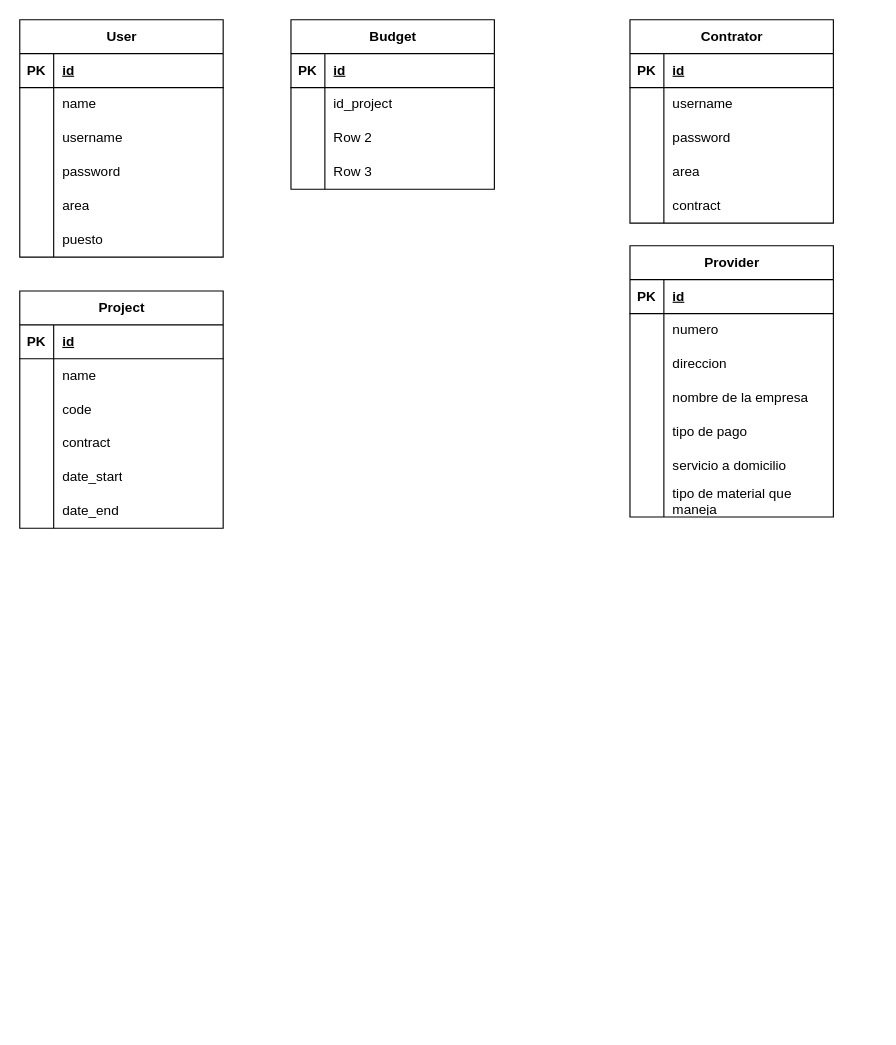
Before: A4.drawio in Fabriciond/back-end, a draw.io diagram. Source tidied: cells renumbered, new cells numbered last; positions are measured from the earlier drawing's top-left corner, leaving out a move shared by most shapes. Both pictures are drawn from the tidied source at 113%, with x=0, y=0 at pixel (19, 19).
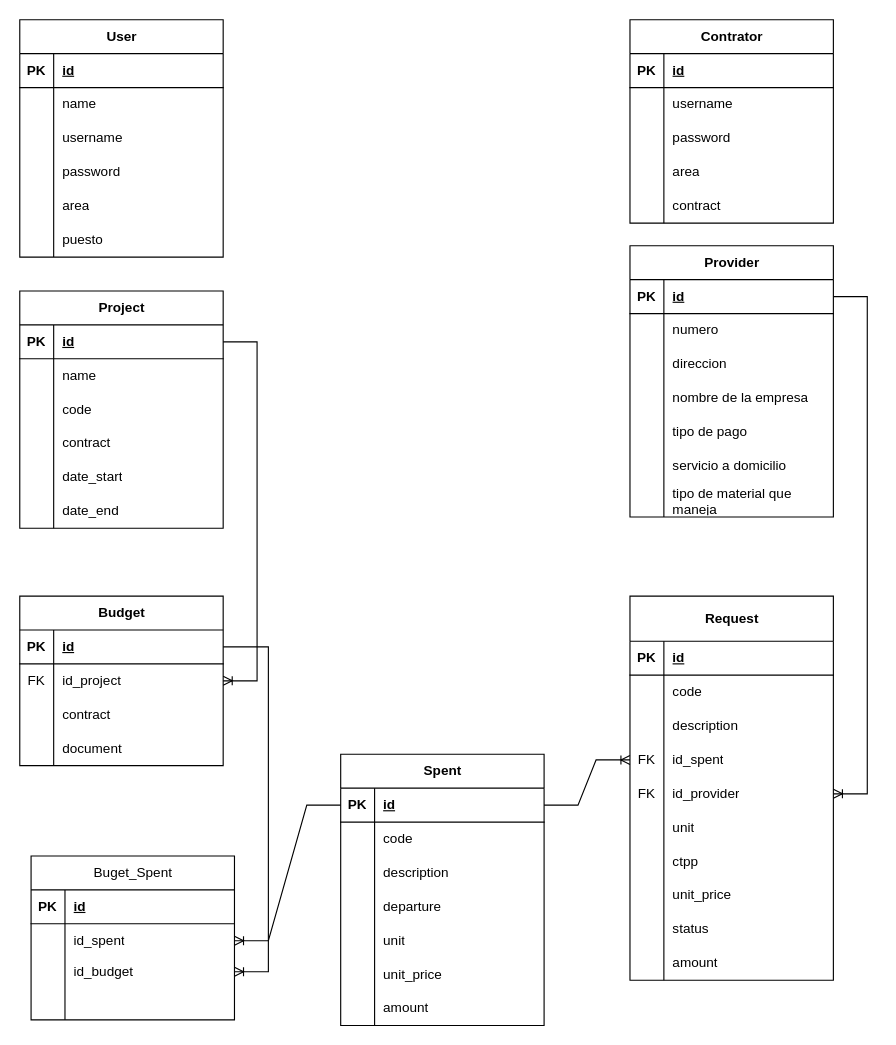
The same diagram, later.

Unchanged cells that the change refers to:
```xml
<mxCell id="38" style="shape=tableRow;horizontal=0;startSize=0;swimlaneHead=0;swimlaneBody=0;fillColor=none;points=[[0,0.5],[1,0.5]];portConstraint=eastwest;top=0;left=0;right=0;bottom=1;" parent="37" vertex="1">
  <mxGeometry y="30" width="180" height="30" as="geometry" />
</mxCell>
<mxCell id="57" style="shape=tableRow;horizontal=0;startSize=0;swimlaneHead=0;swimlaneBody=0;fillColor=none;points=[[0,0.5],[1,0.5]];portConstraint=eastwest;top=0;left=0;right=0;bottom=1;" parent="56" vertex="1">
  <mxGeometry y="30" width="180" height="30" as="geometry" />
</mxCell>
<mxCell id="79" style="shape=tableRow;horizontal=0;startSize=0;swimlaneHead=0;swimlaneBody=0;fillColor=none;points=[[0,0.5],[1,0.5]];portConstraint=eastwest;top=0;left=0;right=0;bottom=1;" parent="78" vertex="1">
  <mxGeometry y="30" width="180" height="30" as="geometry" />
</mxCell>
```

What changed in the source:
```diff
@@
-    <mxCell id="78" value="Budget" style="shape=table;startSize=30;childLayout=tableLayout;rowLines=0;fontStyle=1;align=center;html=1;" parent="1" vertex="1">
-      <mxGeometry x="240" width="180" height="150" as="geometry" />
+    <mxCell id="78" value="Spent" style="shape=table;startSize=30;childLayout=tableLayout;rowLines=0;fontStyle=1;align=center;html=1;" parent="1" vertex="1">
+      <mxGeometry x="284" y="650" width="180" height="240" as="geometry" />
     </mxCell>
@@
-    <mxCell id="82" style="shape=tableRow;horizontal=0;startSize=0;swimlaneHead=0;swimlaneBody=0;fillColor=none;top=0;left=0;right=0;bottom=0;" parent="78" vertex="1">
-      <mxGeometry y="60" width="180" height="30" as="geometry" />
-    </mxCell>
-    <mxCell id="83" style="shape=partialRectangle;fillColor=none;top=0;left=0;bottom=0;right=0;overflow=hidden;whiteSpace=wrap;html=1;" parent="82" vertex="1">
-      <mxGeometry width="30" height="30" as="geometry" />
-    </mxCell>
-    <mxCell id="84" value="id_project" style="shape=partialRectangle;fillColor=none;top=0;left=0;bottom=0;right=0;align=left;spacingLeft=6;overflow=hidden;whiteSpace=wrap;html=1;" parent="82" vertex="1">
-      <mxGeometry x="30" width="150" height="30" as="geometry" />
-    </mxCell>
     <mxCell id="85" style="shape=tableRow;horizontal=0;startSize=0;swimlaneHead=0;swimlaneBody=0;fillColor=none;top=0;left=0;right=0;bottom=0;" parent="78" vertex="1">
-      <mxGeometry y="90" width="180" height="30" as="geometry" />
+      <mxGeometry y="60" width="180" height="30" as="geometry" />
     </mxCell>
@@
-    <mxCell id="87" value="Row 2" style="shape=partialRectangle;fillColor=none;top=0;left=0;bottom=0;right=0;align=left;spacingLeft=6;overflow=hidden;whiteSpace=wrap;html=1;" parent="85" vertex="1">
+    <mxCell id="87" value="code" style="shape=partialRectangle;fillColor=none;top=0;left=0;bottom=0;right=0;align=left;spacingLeft=6;overflow=hidden;whiteSpace=wrap;html=1;" parent="85" vertex="1">
       <mxGeometry x="30" width="150" height="30" as="geometry" />
     </mxCell>
     <mxCell id="88" style="shape=tableRow;horizontal=0;startSize=0;swimlaneHead=0;swimlaneBody=0;fillColor=none;top=0;left=0;right=0;bottom=0;" parent="78" vertex="1">
-      <mxGeometry y="120" width="180" height="30" as="geometry" />
+      <mxGeometry y="90" width="180" height="30" as="geometry" />
     </mxCell>
@@
-    <mxCell id="90" value="Row 3" style="shape=partialRectangle;fillColor=none;top=0;left=0;bottom=0;right=0;align=left;spacingLeft=6;overflow=hidden;whiteSpace=wrap;html=1;" parent="88" vertex="1">
+    <mxCell id="90" value="description&lt;span style=&quot;white-space: pre;&quot;&gt;&#9;&lt;/span&gt;" style="shape=partialRectangle;fillColor=none;top=0;left=0;bottom=0;right=0;align=left;spacingLeft=6;overflow=hidden;whiteSpace=wrap;html=1;" parent="88" vertex="1">
       <mxGeometry x="30" width="150" height="30" as="geometry" />
     </mxCell>
+    <mxCell id="91" style="shape=tableRow;horizontal=0;startSize=0;swimlaneHead=0;swimlaneBody=0;fillColor=none;top=0;left=0;right=0;bottom=0;" parent="78" vertex="1">
+      <mxGeometry y="120" width="180" height="30" as="geometry" />
+    </mxCell>
+    <mxCell id="92" style="shape=partialRectangle;fillColor=none;top=0;left=0;bottom=0;right=0;overflow=hidden;whiteSpace=wrap;html=1;" parent="91" vertex="1">
+      <mxGeometry width="30" height="30" as="geometry" />
+    </mxCell>
+    <mxCell id="93" value="departure" style="shape=partialRectangle;fillColor=none;top=0;left=0;bottom=0;right=0;align=left;spacingLeft=6;overflow=hidden;whiteSpace=wrap;html=1;" parent="91" vertex="1">
+      <mxGeometry x="30" width="150" height="30" as="geometry" />
+    </mxCell>
+    <mxCell id="94" style="shape=tableRow;horizontal=0;startSize=0;swimlaneHead=0;swimlaneBody=0;fillColor=none;top=0;left=0;right=0;bottom=0;" parent="78" vertex="1">
+      <mxGeometry y="150" width="180" height="30" as="geometry" />
+    </mxCell>
+    <mxCell id="95" style="shape=partialRectangle;fillColor=none;top=0;left=0;bottom=0;right=0;overflow=hidden;whiteSpace=wrap;html=1;" parent="94" vertex="1">
+      <mxGeometry width="30" height="30" as="geometry" />
+    </mxCell>
+    <mxCell id="96" value="unit" style="shape=partialRectangle;fillColor=none;top=0;left=0;bottom=0;right=0;align=left;spacingLeft=6;overflow=hidden;whiteSpace=wrap;html=1;" parent="94" vertex="1">
+      <mxGeometry x="30" width="150" height="30" as="geometry" />
+    </mxCell>
+    <mxCell id="97" style="shape=tableRow;horizontal=0;startSize=0;swimlaneHead=0;swimlaneBody=0;fillColor=none;top=0;left=0;right=0;bottom=0;" parent="78" vertex="1">
+      <mxGeometry y="180" width="180" height="30" as="geometry" />
+    </mxCell>
+    <mxCell id="98" style="shape=partialRectangle;fillColor=none;top=0;left=0;bottom=0;right=0;overflow=hidden;whiteSpace=wrap;html=1;" parent="97" vertex="1">
+      <mxGeometry width="30" height="30" as="geometry" />
+    </mxCell>
+    <mxCell id="99" value="unit_price" style="shape=partialRectangle;fillColor=none;top=0;left=0;bottom=0;right=0;align=left;spacingLeft=6;overflow=hidden;whiteSpace=wrap;html=1;" parent="97" vertex="1">
+      <mxGeometry x="30" width="150" height="30" as="geometry" />
+    </mxCell>
+    <mxCell id="100" style="shape=tableRow;horizontal=0;startSize=0;swimlaneHead=0;swimlaneBody=0;fillColor=none;top=0;left=0;right=0;bottom=0;" parent="78" vertex="1">
+      <mxGeometry y="210" width="180" height="30" as="geometry" />
+    </mxCell>
+    <mxCell id="101" style="shape=partialRectangle;fillColor=none;top=0;left=0;bottom=0;right=0;overflow=hidden;whiteSpace=wrap;html=1;" parent="100" vertex="1">
+      <mxGeometry width="30" height="30" as="geometry" />
+    </mxCell>
+    <mxCell id="102" value="amount" style="shape=partialRectangle;fillColor=none;top=0;left=0;bottom=0;right=0;align=left;spacingLeft=6;overflow=hidden;whiteSpace=wrap;html=1;" parent="100" vertex="1">
+      <mxGeometry x="30" width="150" height="30" as="geometry" />
+    </mxCell>
+    <mxCell id="103" value="Request" style="shape=table;startSize=40;childLayout=tableLayout;rowLines=0;fontStyle=1;align=center;html=1;" parent="1" vertex="1">
+      <mxGeometry x="540" y="510" width="180" height="340" as="geometry" />
+    </mxCell>
+    <mxCell id="104" style="shape=tableRow;horizontal=0;startSize=0;swimlaneHead=0;swimlaneBody=0;fillColor=none;top=0;left=0;right=0;bottom=1;" parent="103" vertex="1">
+      <mxGeometry y="40" width="180" height="30" as="geometry" />
+    </mxCell>
+    <mxCell id="105" value="PK" style="shape=partialRectangle;fillColor=none;top=0;left=0;bottom=0;right=0;fontStyle=1;overflow=hidden;whiteSpace=wrap;html=1;" parent="104" vertex="1">
+      <mxGeometry width="30" height="30" as="geometry" />
+    </mxCell>
+    <mxCell id="106" value="id" style="shape=partialRectangle;fillColor=none;top=0;left=0;bottom=0;right=0;align=left;spacingLeft=6;fontStyle=5;overflow=hidden;whiteSpace=wrap;html=1;" parent="104" vertex="1">
+      <mxGeometry x="30" width="150" height="30" as="geometry" />
+    </mxCell>
+    <mxCell id="107" style="shape=tableRow;horizontal=0;startSize=0;swimlaneHead=0;swimlaneBody=0;fillColor=none;top=0;left=0;right=0;bottom=0;" parent="103" vertex="1">
+      <mxGeometry y="70" width="180" height="30" as="geometry" />
+    </mxCell>
+    <mxCell id="108" style="shape=partialRectangle;fillColor=none;top=0;left=0;bottom=0;right=0;overflow=hidden;whiteSpace=wrap;html=1;" parent="107" vertex="1">
+      <mxGeometry width="30" height="30" as="geometry" />
+    </mxCell>
+    <mxCell id="109" value="code" style="shape=partialRectangle;fillColor=none;top=0;left=0;bottom=0;right=0;align=left;spacingLeft=6;overflow=hidden;whiteSpace=wrap;html=1;" parent="107" vertex="1">
+      <mxGeometry x="30" width="150" height="30" as="geometry" />
+    </mxCell>
+    <mxCell id="110" style="shape=tableRow;horizontal=0;startSize=0;swimlaneHead=0;swimlaneBody=0;fillColor=none;top=0;left=0;right=0;bottom=0;" parent="103" vertex="1">
+      <mxGeometry y="100" width="180" height="30" as="geometry" />
+    </mxCell>
+    <mxCell id="111" style="shape=partialRectangle;fillColor=none;top=0;left=0;bottom=0;right=0;overflow=hidden;whiteSpace=wrap;html=1;" parent="110" vertex="1">
+      <mxGeometry width="30" height="30" as="geometry" />
+    </mxCell>
+    <mxCell id="112" value="description&lt;span style=&quot;white-space: pre;&quot;&gt;&#9;&lt;/span&gt;" style="shape=partialRectangle;fillColor=none;top=0;left=0;bottom=0;right=0;align=left;spacingLeft=6;overflow=hidden;whiteSpace=wrap;html=1;" parent="110" vertex="1">
+      <mxGeometry x="30" width="150" height="30" as="geometry" />
+    </mxCell>
+    <mxCell id="113" style="shape=tableRow;horizontal=0;startSize=0;swimlaneHead=0;swimlaneBody=0;fillColor=none;points=[[0,0.5],[1,0.5]];portConstraint=eastwest;top=0;left=0;right=0;bottom=0;" parent="103" vertex="1">
+      <mxGeometry y="130" width="180" height="30" as="geometry" />
+    </mxCell>
+    <mxCell id="114" value="FK" style="shape=partialRectangle;fillColor=none;top=0;left=0;bottom=0;right=0;overflow=hidden;whiteSpace=wrap;html=1;" parent="113" vertex="1">
+      <mxGeometry width="30" height="30" as="geometry" />
+    </mxCell>
+    <mxCell id="115" value="id_spent" style="shape=partialRectangle;fillColor=none;top=0;left=0;bottom=0;right=0;align=left;spacingLeft=6;overflow=hidden;whiteSpace=wrap;html=1;" parent="113" vertex="1">
+      <mxGeometry x="30" width="150" height="30" as="geometry" />
+    </mxCell>
+    <mxCell id="116" style="shape=tableRow;horizontal=0;startSize=0;swimlaneHead=0;swimlaneBody=0;fillColor=none;points=[[0,0.5],[1,0.5]];portConstraint=eastwest;top=0;left=0;right=0;bottom=0;" parent="103" vertex="1">
+      <mxGeometry y="160" width="180" height="30" as="geometry" />
+    </mxCell>
+    <mxCell id="117" value="FK" style="shape=partialRectangle;fillColor=none;top=0;left=0;bottom=0;right=0;overflow=hidden;whiteSpace=wrap;html=1;" parent="116" vertex="1">
+      <mxGeometry width="30" height="30" as="geometry" />
+    </mxCell>
+    <mxCell id="118" value="id_provider" style="shape=partialRectangle;fillColor=none;top=0;left=0;bottom=0;right=0;align=left;spacingLeft=6;overflow=hidden;whiteSpace=wrap;html=1;" parent="116" vertex="1">
+      <mxGeometry x="30" width="150" height="30" as="geometry" />
+    </mxCell>
+    <mxCell id="119" style="shape=tableRow;horizontal=0;startSize=0;swimlaneHead=0;swimlaneBody=0;fillColor=none;top=0;left=0;right=0;bottom=0;" parent="103" vertex="1">
+      <mxGeometry y="190" width="180" height="30" as="geometry" />
+    </mxCell>
+    <mxCell id="120" style="shape=partialRectangle;fillColor=none;top=0;left=0;bottom=0;right=0;overflow=hidden;whiteSpace=wrap;html=1;" parent="119" vertex="1">
+      <mxGeometry width="30" height="30" as="geometry" />
+    </mxCell>
+    <mxCell id="121" value="unit" style="shape=partialRectangle;fillColor=none;top=0;left=0;bottom=0;right=0;align=left;spacingLeft=6;overflow=hidden;whiteSpace=wrap;html=1;" parent="119" vertex="1">
+      <mxGeometry x="30" width="150" height="30" as="geometry" />
+    </mxCell>
+    <mxCell id="122" style="shape=tableRow;horizontal=0;startSize=0;swimlaneHead=0;swimlaneBody=0;fillColor=none;top=0;left=0;right=0;bottom=0;" parent="103" vertex="1">
+      <mxGeometry y="220" width="180" height="30" as="geometry" />
+    </mxCell>
+    <mxCell id="123" style="shape=partialRectangle;fillColor=none;top=0;left=0;bottom=0;right=0;overflow=hidden;whiteSpace=wrap;html=1;" parent="122" vertex="1">
+      <mxGeometry width="30" height="30" as="geometry" />
+    </mxCell>
+    <mxCell id="124" value="ctpp" style="shape=partialRectangle;fillColor=none;top=0;left=0;bottom=0;right=0;align=left;spacingLeft=6;overflow=hidden;whiteSpace=wrap;html=1;" parent="122" vertex="1">
+      <mxGeometry x="30" width="150" height="30" as="geometry" />
+    </mxCell>
+    <mxCell id="125" style="shape=tableRow;horizontal=0;startSize=0;swimlaneHead=0;swimlaneBody=0;fillColor=none;top=0;left=0;right=0;bottom=0;" parent="103" vertex="1">
+      <mxGeometry y="250" width="180" height="30" as="geometry" />
+    </mxCell>
+    <mxCell id="126" style="shape=partialRectangle;fillColor=none;top=0;left=0;bottom=0;right=0;overflow=hidden;whiteSpace=wrap;html=1;" parent="125" vertex="1">
+      <mxGeometry width="30" height="30" as="geometry" />
+    </mxCell>
+    <mxCell id="127" value="unit_price" style="shape=partialRectangle;fillColor=none;top=0;left=0;bottom=0;right=0;align=left;spacingLeft=6;overflow=hidden;whiteSpace=wrap;html=1;" parent="125" vertex="1">
+      <mxGeometry x="30" width="150" height="30" as="geometry" />
+    </mxCell>
+    <mxCell id="128" style="shape=tableRow;horizontal=0;startSize=0;swimlaneHead=0;swimlaneBody=0;fillColor=none;top=0;left=0;right=0;bottom=0;" parent="103" vertex="1">
+      <mxGeometry y="280" width="180" height="30" as="geometry" />
+    </mxCell>
+    <mxCell id="129" style="shape=partialRectangle;fillColor=none;top=0;left=0;bottom=0;right=0;overflow=hidden;whiteSpace=wrap;html=1;" parent="128" vertex="1">
+      <mxGeometry width="30" height="30" as="geometry" />
+    </mxCell>
+    <mxCell id="130" value="status" style="shape=partialRectangle;fillColor=none;top=0;left=0;bottom=0;right=0;align=left;spacingLeft=6;overflow=hidden;whiteSpace=wrap;html=1;" parent="128" vertex="1">
+      <mxGeometry x="30" width="150" height="30" as="geometry" />
+    </mxCell>
+    <mxCell id="131" style="shape=tableRow;horizontal=0;startSize=0;swimlaneHead=0;swimlaneBody=0;fillColor=none;top=0;left=0;right=0;bottom=0;" parent="103" vertex="1">
+      <mxGeometry y="310" width="180" height="30" as="geometry" />
+    </mxCell>
+    <mxCell id="132" style="shape=partialRectangle;fillColor=none;top=0;left=0;bottom=0;right=0;overflow=hidden;whiteSpace=wrap;html=1;" parent="131" vertex="1">
+      <mxGeometry width="30" height="30" as="geometry" />
+    </mxCell>
+    <mxCell id="133" value="amount" style="shape=partialRectangle;fillColor=none;top=0;left=0;bottom=0;right=0;align=left;spacingLeft=6;overflow=hidden;whiteSpace=wrap;html=1;" parent="131" vertex="1">
+      <mxGeometry x="30" width="150" height="30" as="geometry" />
+    </mxCell>
+    <mxCell id="134" style="edgeStyle=entityRelationEdgeStyle;fontSize=12;html=1;endArrow=ERoneToMany;rounded=0;exitX=1;exitY=0.5;exitDx=0;exitDy=0;" parent="1" edge="1" source="79" target="113">
+      <mxGeometry relative="1" as="geometry" />
+    </mxCell>
+    <mxCell id="135" value="Budget" style="shape=table;startSize=30;childLayout=tableLayout;rowLines=0;fontStyle=1;align=center;html=1;" parent="1" vertex="1">
+      <mxGeometry y="510" width="180" height="150" as="geometry" />
+    </mxCell>
+    <mxCell id="136" style="shape=tableRow;horizontal=0;startSize=0;swimlaneHead=0;swimlaneBody=0;fillColor=none;points=[[0,0.5],[1,0.5]];portConstraint=eastwest;top=0;left=0;right=0;bottom=1;" parent="135" vertex="1">
+      <mxGeometry y="30" width="180" height="30" as="geometry" />
+    </mxCell>
+    <mxCell id="137" value="PK" style="shape=partialRectangle;fillColor=none;top=0;left=0;bottom=0;right=0;fontStyle=1;overflow=hidden;whiteSpace=wrap;html=1;" parent="136" vertex="1">
+      <mxGeometry width="30" height="30" as="geometry" />
+    </mxCell>
+    <mxCell id="138" value="id" style="shape=partialRectangle;fillColor=none;top=0;left=0;bottom=0;right=0;align=left;spacingLeft=6;fontStyle=5;overflow=hidden;whiteSpace=wrap;html=1;" parent="136" vertex="1">
+      <mxGeometry x="30" width="150" height="30" as="geometry" />
+    </mxCell>
+    <mxCell id="139" style="shape=tableRow;horizontal=0;startSize=0;swimlaneHead=0;swimlaneBody=0;fillColor=none;points=[[0,0.5],[1,0.5]];portConstraint=eastwest;top=0;left=0;right=0;bottom=0;" parent="135" vertex="1">
+      <mxGeometry y="60" width="180" height="30" as="geometry" />
+    </mxCell>
+    <mxCell id="140" value="FK" style="shape=partialRectangle;fillColor=none;top=0;left=0;bottom=0;right=0;overflow=hidden;whiteSpace=wrap;html=1;" parent="139" vertex="1">
+      <mxGeometry width="30" height="30" as="geometry" />
+    </mxCell>
+    <mxCell id="84" value="id_project" style="shape=partialRectangle;fillColor=none;top=0;left=0;bottom=0;right=0;align=left;spacingLeft=6;overflow=hidden;whiteSpace=wrap;html=1;" parent="139" vertex="1">
+      <mxGeometry x="30" width="150" height="30" as="geometry" />
+    </mxCell>
+    <mxCell id="141" style="shape=tableRow;horizontal=0;startSize=0;swimlaneHead=0;swimlaneBody=0;fillColor=none;top=0;left=0;right=0;bottom=0;" parent="135" vertex="1">
+      <mxGeometry y="90" width="180" height="30" as="geometry" />
+    </mxCell>
+    <mxCell id="142" style="shape=partialRectangle;fillColor=none;top=0;left=0;bottom=0;right=0;overflow=hidden;whiteSpace=wrap;html=1;" parent="141" vertex="1">
+      <mxGeometry width="30" height="30" as="geometry" />
+    </mxCell>
+    <mxCell id="143" value="contract" style="shape=partialRectangle;fillColor=none;top=0;left=0;bottom=0;right=0;align=left;spacingLeft=6;overflow=hidden;whiteSpace=wrap;html=1;" parent="141" vertex="1">
+      <mxGeometry x="30" width="150" height="30" as="geometry" />
+    </mxCell>
+    <mxCell id="144" style="shape=tableRow;horizontal=0;startSize=0;swimlaneHead=0;swimlaneBody=0;fillColor=none;top=0;left=0;right=0;bottom=0;" parent="135" vertex="1">
+      <mxGeometry y="120" width="180" height="30" as="geometry" />
+    </mxCell>
+    <mxCell id="145" style="shape=partialRectangle;fillColor=none;top=0;left=0;bottom=0;right=0;overflow=hidden;whiteSpace=wrap;html=1;" parent="144" vertex="1">
+      <mxGeometry width="30" height="30" as="geometry" />
+    </mxCell>
+    <mxCell id="146" value="document" style="shape=partialRectangle;fillColor=none;top=0;left=0;bottom=0;right=0;align=left;spacingLeft=6;overflow=hidden;whiteSpace=wrap;html=1;" parent="144" vertex="1">
+      <mxGeometry x="30" width="150" height="30" as="geometry" />
+    </mxCell>
+    <mxCell id="147" style="edgeStyle=entityRelationEdgeStyle;fontSize=12;html=1;endArrow=ERoneToMany;rounded=0;entryX=1;entryY=0.5;entryDx=0;entryDy=0;" parent="1" edge="1" source="38" target="139">
+      <mxGeometry relative="1" as="geometry">
+        <Array as="points">
+          <mxPoint x="280" y="280" />
+          <mxPoint x="280" y="270" />
+        </Array>
+      </mxGeometry>
+    </mxCell>
+    <mxCell id="148" style="edgeStyle=entityRelationEdgeStyle;fontSize=12;html=1;endArrow=ERoneToMany;rounded=0;entryX=1;entryY=0.5;entryDx=0;entryDy=0;exitX=1;exitY=0.5;exitDx=0;exitDy=0;" parent="1" edge="1" source="57" target="116">
+      <mxGeometry relative="1" as="geometry" />
+    </mxCell>
+    <mxCell id="149" value="&lt;span style=&quot;font-weight: 400;&quot;&gt;Buget_Spent&lt;/span&gt;" style="shape=table;startSize=30;childLayout=tableLayout;rowLines=0;fontStyle=1;align=center;html=1;" parent="1" vertex="1">
+      <mxGeometry x="10" y="740" width="180" height="145" as="geometry" />
+    </mxCell>
+    <mxCell id="150" style="shape=tableRow;horizontal=0;startSize=0;swimlaneHead=0;swimlaneBody=0;fillColor=none;top=0;left=0;right=0;bottom=1;" parent="149" vertex="1">
+      <mxGeometry y="30" width="180" height="30" as="geometry" />
+    </mxCell>
+    <mxCell id="151" value="PK" style="shape=partialRectangle;fillColor=none;top=0;left=0;bottom=0;right=0;fontStyle=1;overflow=hidden;whiteSpace=wrap;html=1;" parent="150" vertex="1">
+      <mxGeometry width="30" height="30" as="geometry" />
+    </mxCell>
+    <mxCell id="152" value="id" style="shape=partialRectangle;fillColor=none;top=0;left=0;bottom=0;right=0;align=left;spacingLeft=6;fontStyle=5;overflow=hidden;whiteSpace=wrap;html=1;" parent="150" vertex="1">
+      <mxGeometry x="30" width="150" height="30" as="geometry" />
+    </mxCell>
+    <mxCell id="153" style="shape=tableRow;horizontal=0;startSize=0;swimlaneHead=0;swimlaneBody=0;fillColor=none;points=[[0,0.5],[1,0.5]];portConstraint=eastwest;top=0;left=0;right=0;bottom=0;" parent="149" vertex="1">
+      <mxGeometry y="60" width="180" height="30" as="geometry" />
+    </mxCell>
+    <mxCell id="154" style="shape=partialRectangle;fillColor=none;top=0;left=0;bottom=0;right=0;overflow=hidden;whiteSpace=wrap;html=1;" parent="153" vertex="1">
+      <mxGeometry width="30" height="30" as="geometry" />
+    </mxCell>
+    <mxCell id="155" value="id_spent" style="shape=partialRectangle;fillColor=none;top=0;left=0;bottom=0;right=0;align=left;spacingLeft=6;overflow=hidden;whiteSpace=wrap;html=1;" parent="153" vertex="1">
+      <mxGeometry x="30" width="150" height="30" as="geometry" />
+    </mxCell>
+    <mxCell id="156" style="shape=tableRow;horizontal=0;startSize=0;swimlaneHead=0;swimlaneBody=0;fillColor=none;points=[[0,0.5],[1,0.5]];portConstraint=eastwest;top=0;left=0;right=0;bottom=0;" parent="149" vertex="1">
+      <mxGeometry y="90" width="180" height="25" as="geometry" />
+    </mxCell>
+    <mxCell id="157" style="shape=partialRectangle;fillColor=none;top=0;left=0;bottom=0;right=0;overflow=hidden;whiteSpace=wrap;html=1;" parent="156" vertex="1">
+      <mxGeometry width="30" height="25" as="geometry" />
+    </mxCell>
+    <mxCell id="158" value="id_budget" style="shape=partialRectangle;fillColor=none;top=0;left=0;bottom=0;right=0;align=left;spacingLeft=6;overflow=hidden;whiteSpace=wrap;html=1;" parent="156" vertex="1">
+      <mxGeometry x="30" width="150" height="25" as="geometry" />
+    </mxCell>
+    <mxCell id="159" style="shape=tableRow;horizontal=0;startSize=0;swimlaneHead=0;swimlaneBody=0;fillColor=none;top=0;left=0;right=0;bottom=0;" parent="149" vertex="1">
+      <mxGeometry y="115" width="180" height="30" as="geometry" />
+    </mxCell>
+    <mxCell id="160" style="shape=partialRectangle;fillColor=none;top=0;left=0;bottom=0;right=0;overflow=hidden;whiteSpace=wrap;html=1;" parent="159" vertex="1">
+      <mxGeometry width="30" height="30" as="geometry" />
+    </mxCell>
+    <mxCell id="161" style="shape=partialRectangle;fillColor=none;top=0;left=0;bottom=0;right=0;align=left;spacingLeft=6;overflow=hidden;whiteSpace=wrap;html=1;" parent="159" vertex="1">
+      <mxGeometry x="30" width="150" height="30" as="geometry" />
+    </mxCell>
+    <mxCell id="162" style="edgeStyle=entityRelationEdgeStyle;fontSize=12;html=1;endArrow=ERoneToMany;rounded=0;" parent="1" edge="1" source="136" target="156">
+      <mxGeometry relative="1" as="geometry" />
+    </mxCell>
+    <mxCell id="163" style="edgeStyle=entityRelationEdgeStyle;fontSize=12;html=1;endArrow=ERoneToMany;rounded=0;exitX=0;exitY=0.5;exitDx=0;exitDy=0;" parent="1" edge="1" source="79" target="153">
+      <mxGeometry relative="1" as="geometry" />
+    </mxCell>
```
